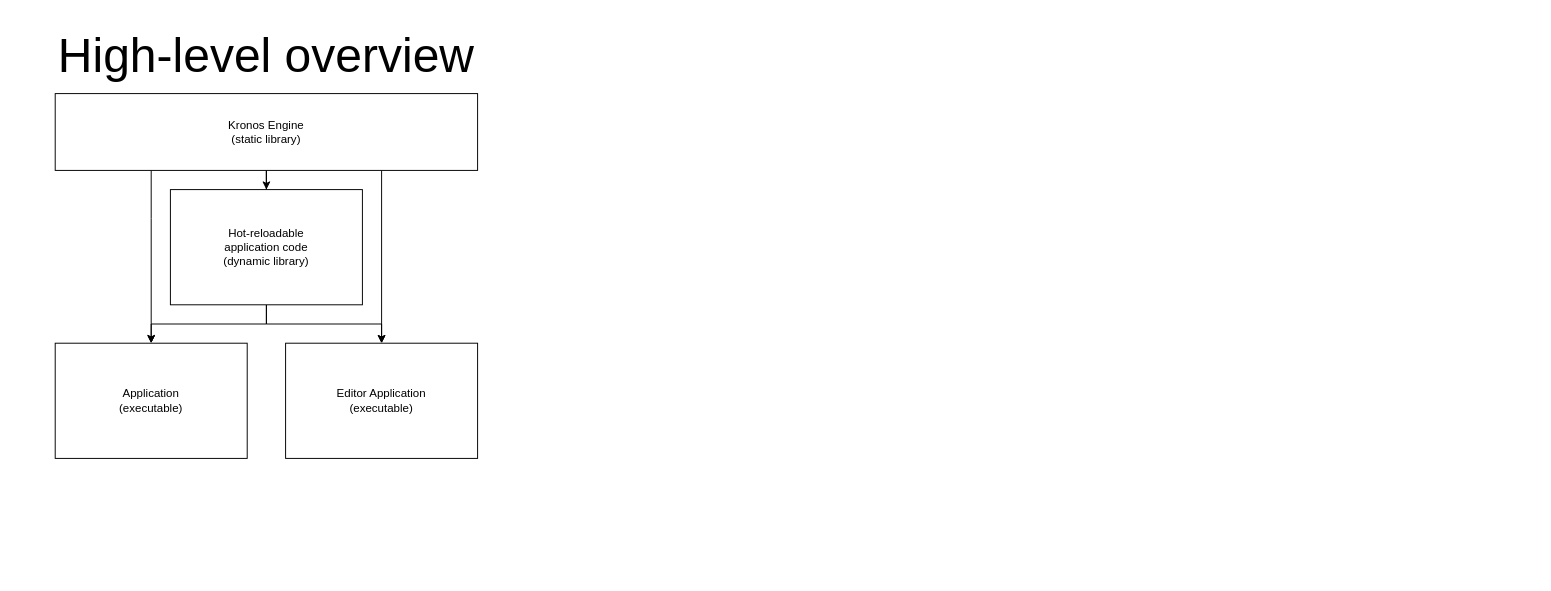
Luci404/Kronos keeps this draw.io diagram as Architecture.drawio. Above is the earlier version. Source tidied: cells renumbered, new cells numbered last; positions are measured from the earlier drawing's top-left corner, leaving out a move shared by most shapes. Both pictures are drawn from the tidied source at 96%, with x=0, y=0 at pixel (16, 16).
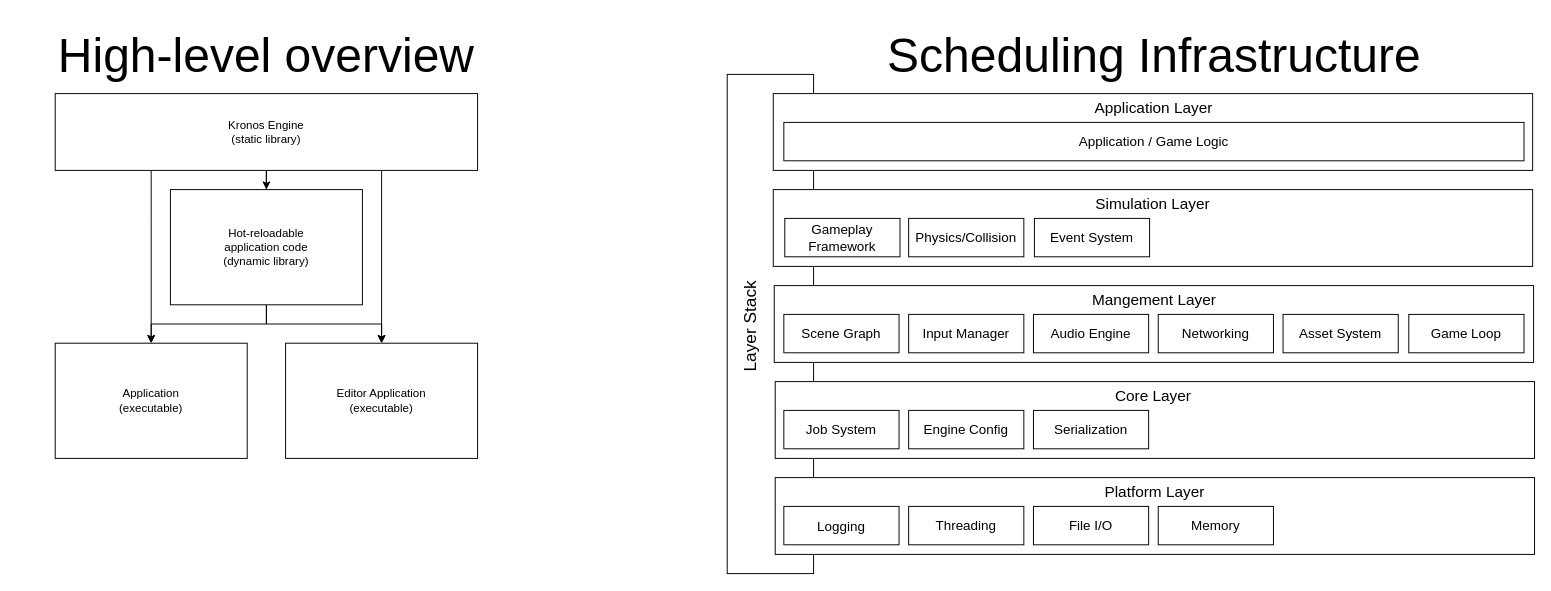
The same diagram, later.

Commit message (it also covers changes not shown here):
Scheduling infrastructure sketches

Diff of the diagram source:
```diff
@@
+    <mxCell id="12" style="rounded=0;whiteSpace=wrap;html=1;fontSize=18;" parent="1" vertex="1">
+      <mxGeometry x="740" y="60" width="90" height="520" as="geometry" />
+    </mxCell>
@@
+    <mxCell id="13" style="rounded=0;whiteSpace=wrap;html=1;" parent="1" vertex="1">
+      <mxGeometry x="788" y="180" width="791" height="80" as="geometry" />
+    </mxCell>
+    <mxCell id="14" value="&lt;span style=&quot;font-size: 50px&quot;&gt;Scheduling Infrastructure&lt;/span&gt;" style="text;html=1;strokeColor=none;fillColor=none;align=center;verticalAlign=middle;whiteSpace=wrap;rounded=0;" parent="1" vertex="1">
+      <mxGeometry x="790" width="790" height="80" as="geometry" />
+    </mxCell>
+    <mxCell id="15" style="rounded=0;whiteSpace=wrap;html=1;" parent="1" vertex="1">
+      <mxGeometry x="789" y="280" width="791" height="80" as="geometry" />
+    </mxCell>
+    <mxCell id="16" style="rounded=0;whiteSpace=wrap;html=1;" parent="1" vertex="1">
+      <mxGeometry x="790" y="380" width="791" height="80" as="geometry" />
+    </mxCell>
+    <mxCell id="17" style="rounded=0;whiteSpace=wrap;html=1;" parent="1" vertex="1">
+      <mxGeometry x="790" y="480" width="791" height="80" as="geometry" />
+    </mxCell>
+    <mxCell id="18" value="&lt;font style=&quot;font-size: 16px&quot;&gt;Simulation Layer&lt;/font&gt;" style="text;html=1;strokeColor=none;fillColor=none;align=center;verticalAlign=middle;whiteSpace=wrap;rounded=0;" parent="1" vertex="1">
+      <mxGeometry x="789" y="180" width="789" height="30" as="geometry" />
+    </mxCell>
+    <mxCell id="19" value="&lt;font style=&quot;font-size: 18px&quot;&gt;Layer Stack&lt;/font&gt;" style="text;html=1;strokeColor=none;fillColor=none;align=center;verticalAlign=middle;whiteSpace=wrap;rounded=0;rotation=-90;" parent="1" vertex="1">
+      <mxGeometry x="504.9" y="305.1" width="518" height="34.9" as="geometry" />
+    </mxCell>
+    <mxCell id="20" value="&lt;font style=&quot;font-size: 16px&quot;&gt;Mangement Layer&lt;/font&gt;" style="text;html=1;strokeColor=none;fillColor=none;align=center;verticalAlign=middle;whiteSpace=wrap;rounded=0;" parent="1" vertex="1">
+      <mxGeometry x="790" y="280" width="790" height="30" as="geometry" />
+    </mxCell>
+    <mxCell id="21" value="&lt;font style=&quot;font-size: 16px&quot;&gt;Core Layer&lt;/font&gt;" style="text;html=1;strokeColor=none;fillColor=none;align=center;verticalAlign=middle;whiteSpace=wrap;rounded=0;" parent="1" vertex="1">
+      <mxGeometry x="789" y="380" width="790" height="30" as="geometry" />
+    </mxCell>
+    <mxCell id="22" value="&lt;span style=&quot;font-size: 16px&quot;&gt;Platform Layer&lt;/span&gt;" style="text;html=1;strokeColor=none;fillColor=none;align=center;verticalAlign=middle;whiteSpace=wrap;rounded=0;" parent="1" vertex="1">
+      <mxGeometry x="790" y="480" width="791" height="30" as="geometry" />
+    </mxCell>
+    <mxCell id="23" value="Game Loop" style="rounded=0;whiteSpace=wrap;html=1;fontSize=14;" parent="1" vertex="1">
+      <mxGeometry x="1450" y="310" width="120" height="40" as="geometry" />
+    </mxCell>
+    <mxCell id="24" value="Physics/Collision" style="rounded=0;whiteSpace=wrap;html=1;fontSize=14;" parent="1" vertex="1">
+      <mxGeometry x="929" y="210" width="120" height="40" as="geometry" />
+    </mxCell>
+    <mxCell id="25" value="Scene Graph" style="rounded=0;whiteSpace=wrap;html=1;fontSize=14;" parent="1" vertex="1">
+      <mxGeometry x="799" y="310" width="120" height="40" as="geometry" />
+    </mxCell>
+    <mxCell id="26" value="Input Manager" style="rounded=0;whiteSpace=wrap;html=1;fontSize=14;" parent="1" vertex="1">
+      <mxGeometry x="929" y="310" width="120" height="40" as="geometry" />
+    </mxCell>
+    <mxCell id="27" value="Audio Engine" style="rounded=0;whiteSpace=wrap;html=1;fontSize=14;" parent="1" vertex="1">
+      <mxGeometry x="1059" y="310" width="120" height="40" as="geometry" />
+    </mxCell>
+    <mxCell id="28" value="Networking" style="rounded=0;whiteSpace=wrap;html=1;fontSize=14;" parent="1" vertex="1">
+      <mxGeometry x="1189" y="310" width="120" height="40" as="geometry" />
+    </mxCell>
+    <mxCell id="29" value="Job System" style="rounded=0;whiteSpace=wrap;html=1;fontSize=14;" parent="1" vertex="1">
+      <mxGeometry x="799" y="410" width="120" height="40" as="geometry" />
+    </mxCell>
+    <mxCell id="30" value="Engine Config" style="rounded=0;whiteSpace=wrap;html=1;fontSize=14;" parent="1" vertex="1">
+      <mxGeometry x="929" y="410" width="120" height="40" as="geometry" />
+    </mxCell>
+    <mxCell id="31" value="Serialization" style="rounded=0;whiteSpace=wrap;html=1;fontSize=14;" parent="1" vertex="1">
+      <mxGeometry x="1059" y="410" width="120" height="40" as="geometry" />
+    </mxCell>
+    <mxCell id="32" value="&lt;font style=&quot;font-size: 14px&quot;&gt;Logging&lt;/font&gt;" style="rounded=0;whiteSpace=wrap;html=1;fontSize=16;" parent="1" vertex="1">
+      <mxGeometry x="799" y="510" width="120" height="40" as="geometry" />
+    </mxCell>
+    <mxCell id="33" value="Threading" style="rounded=0;whiteSpace=wrap;html=1;fontSize=14;" parent="1" vertex="1">
+      <mxGeometry x="929" y="510" width="120" height="40" as="geometry" />
+    </mxCell>
+    <mxCell id="34" value="File I/O" style="rounded=0;whiteSpace=wrap;html=1;fontSize=14;" parent="1" vertex="1">
+      <mxGeometry x="1059" y="510" width="120" height="40" as="geometry" />
+    </mxCell>
+    <mxCell id="35" style="rounded=0;whiteSpace=wrap;html=1;" parent="1" vertex="1">
+      <mxGeometry x="788" y="80" width="791" height="80" as="geometry" />
+    </mxCell>
+    <mxCell id="36" value="&lt;font style=&quot;font-size: 16px&quot;&gt;Application Layer&lt;/font&gt;" style="text;html=1;strokeColor=none;fillColor=none;align=center;verticalAlign=middle;whiteSpace=wrap;rounded=0;" parent="1" vertex="1">
+      <mxGeometry x="789.5" y="80" width="789" height="30" as="geometry" />
+    </mxCell>
+    <mxCell id="37" value="Memory" style="rounded=0;whiteSpace=wrap;html=1;fontSize=14;" parent="1" vertex="1">
+      <mxGeometry x="1189" y="510" width="120" height="40" as="geometry" />
+    </mxCell>
+    <mxCell id="38" value="Asset System" style="rounded=0;whiteSpace=wrap;html=1;fontSize=14;" parent="1" vertex="1">
+      <mxGeometry x="1319" y="310" width="120" height="40" as="geometry" />
+    </mxCell>
+    <mxCell id="39" value="Event System" style="rounded=0;whiteSpace=wrap;html=1;fontSize=14;" parent="1" vertex="1">
+      <mxGeometry x="1060" y="210" width="120" height="40" as="geometry" />
+    </mxCell>
+    <mxCell id="40" value="Application / Game Logic" style="rounded=0;whiteSpace=wrap;html=1;fontSize=14;" parent="1" vertex="1">
+      <mxGeometry x="799" y="110" width="771" height="40" as="geometry" />
+    </mxCell>
+    <mxCell id="41" value="Gameplay&lt;br&gt;Framework" style="rounded=0;whiteSpace=wrap;html=1;fontSize=14;" parent="1" vertex="1">
+      <mxGeometry x="800" y="210" width="120" height="40" as="geometry" />
+    </mxCell>
```
